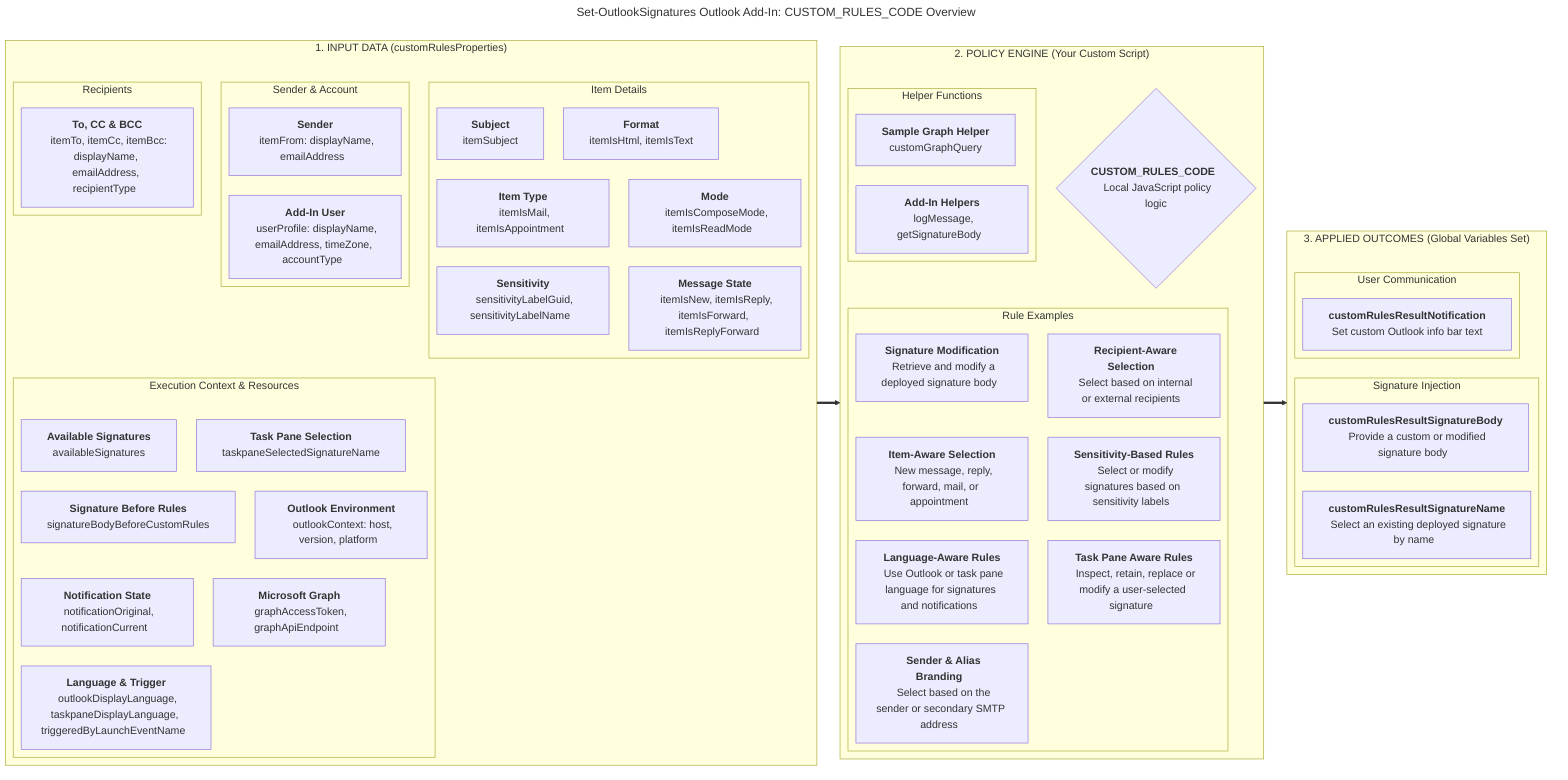
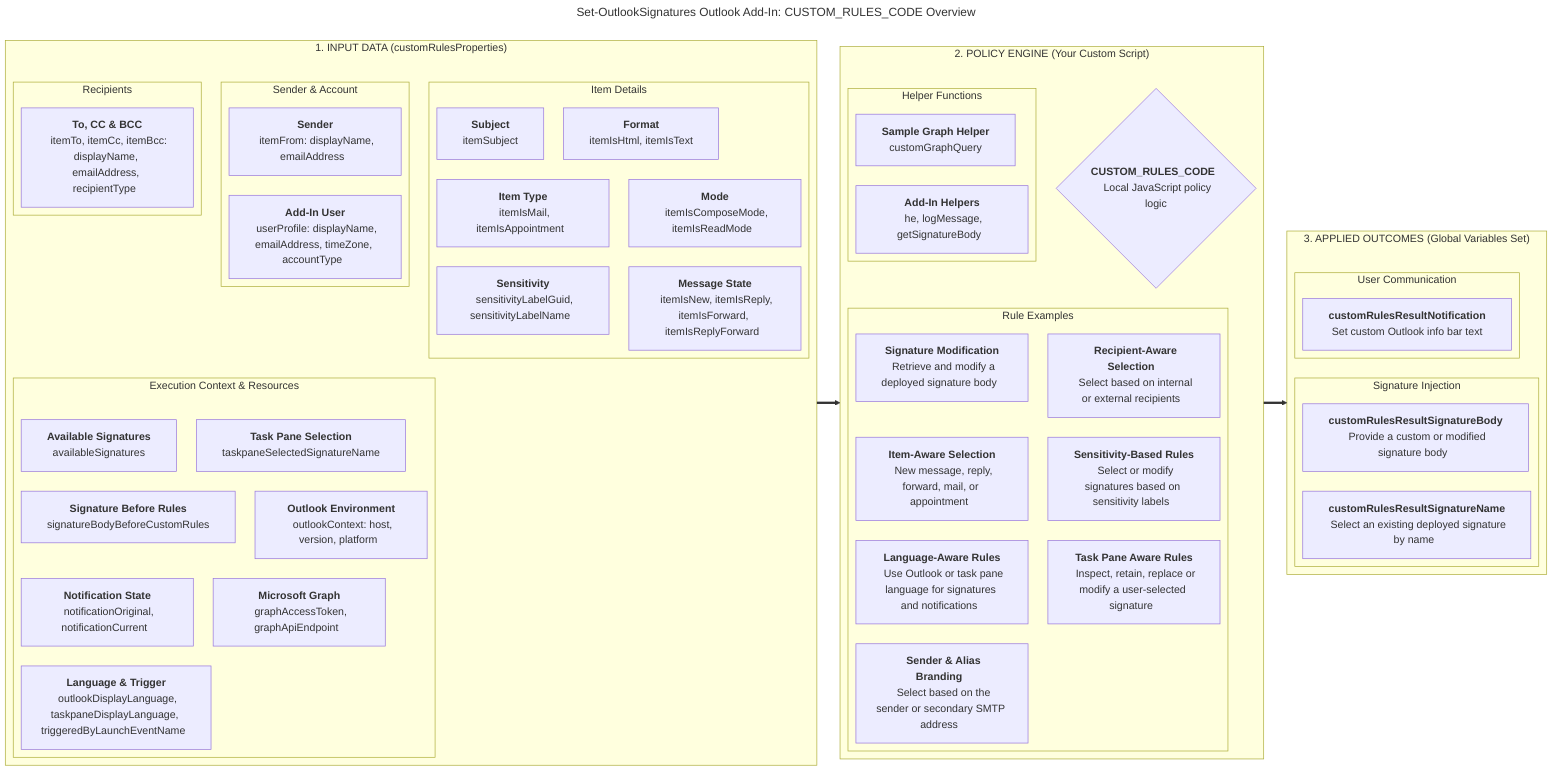
---
title: "Set-OutlookSignatures Outlook Add-In: CUSTOM_RULES_CODE Overview"
config:
  layout: elk
---

flowchart LR

%% STAGE 1: INPUT CONTEXT DATA
subgraph STAGE1["&nbsp;&nbsp;1. INPUT DATA (customRulesProperties)&nbsp;&nbsp;"]
  direction TB

  subgraph Group1["&nbsp;&nbsp;Sender & Account&nbsp;&nbsp;"]
    direction TB
    D1["&nbsp;&nbsp;<b>Sender</b>&nbsp;&nbsp;<br>&nbsp;&nbsp;itemFrom: displayName, emailAddress&nbsp;&nbsp;"]
    D2["&nbsp;&nbsp;<b>Add-In User</b>&nbsp;&nbsp;<br>&nbsp;&nbsp;userProfile: displayName, emailAddress, timeZone, accountType&nbsp;&nbsp;"]
  end

  subgraph Group2["&nbsp;&nbsp;Recipients&nbsp;&nbsp;"]
    direction TB
    R1["&nbsp;&nbsp;<b>To, CC & BCC</b>&nbsp;&nbsp;<br>&nbsp;&nbsp;itemTo, itemCc, itemBcc: displayName, emailAddress, recipientType&nbsp;&nbsp;"]
  end

  subgraph Group3["&nbsp;&nbsp;Item Details&nbsp;&nbsp;"]
    direction TB
    I1["&nbsp;&nbsp;<b>Item Type</b>&nbsp;&nbsp;<br>&nbsp;&nbsp;itemIsMail, itemIsAppointment&nbsp;&nbsp;"]
    I2["&nbsp;&nbsp;<b>Mode</b>&nbsp;&nbsp;<br>&nbsp;&nbsp;itemIsComposeMode, itemIsReadMode&nbsp;&nbsp;"]
    I3["&nbsp;&nbsp;<b>Message State</b>&nbsp;&nbsp;<br>&nbsp;&nbsp;itemIsNew, itemIsReply, itemIsForward, itemIsReplyForward&nbsp;&nbsp;"]
    I4["&nbsp;&nbsp;<b>Format</b>&nbsp;&nbsp;<br>&nbsp;&nbsp;itemIsHtml, itemIsText&nbsp;&nbsp;"]
    I5["&nbsp;&nbsp;<b>Subject</b>&nbsp;&nbsp;<br>&nbsp;&nbsp;itemSubject&nbsp;&nbsp;"]
    I6["&nbsp;&nbsp;<b>Sensitivity</b>&nbsp;&nbsp;<br>&nbsp;&nbsp;sensitivityLabelGuid, sensitivityLabelName&nbsp;&nbsp;"]
  end

  subgraph Group4["&nbsp;&nbsp;Execution Context & Resources&nbsp;&nbsp;"]
    direction TB
    C1["&nbsp;&nbsp;<b>Outlook Environment</b>&nbsp;&nbsp;<br>&nbsp;&nbsp;outlookContext: host, version, platform&nbsp;&nbsp;"]
    C2["&nbsp;&nbsp;<b>Language & Trigger</b>&nbsp;&nbsp;<br>&nbsp;&nbsp;outlookDisplayLanguage, taskpaneDisplayLanguage, triggeredByLaunchEventName&nbsp;&nbsp;"]
    C3["&nbsp;&nbsp;<b>Available Signatures</b>&nbsp;&nbsp;<br>&nbsp;&nbsp;availableSignatures&nbsp;&nbsp;"]
    C4["&nbsp;&nbsp;<b>Notification State</b>&nbsp;&nbsp;<br>&nbsp;&nbsp;notificationOriginal, notificationCurrent&nbsp;&nbsp;"]
    C5["&nbsp;&nbsp;<b>Microsoft Graph</b>&nbsp;&nbsp;<br>&nbsp;&nbsp;graphAccessToken, graphApiEndpoint&nbsp;&nbsp;"]
    C6["&nbsp;&nbsp;<b>Task Pane Selection</b>&nbsp;&nbsp;<br>&nbsp;&nbsp;taskpaneSelectedSignatureName&nbsp;&nbsp;"]
    C7["&nbsp;&nbsp;<b>Signature Before Rules</b>&nbsp;&nbsp;<br>&nbsp;&nbsp;signatureBodyBeforeCustomRules&nbsp;&nbsp;"]
  end
end

%% STAGE 2: PROCESSING ENGINE
subgraph STAGE2["&nbsp;&nbsp;2. POLICY ENGINE (Your Custom Script)&nbsp;&nbsp;"]
  direction TB

  Engine{"<b>CUSTOM_RULES_CODE</b>&nbsp;&nbsp;<br>&nbsp;&nbsp;Local JavaScript policy logic"}

  subgraph Helpers["&nbsp;&nbsp;Helper Functions&nbsp;&nbsp;"]
    direction TB
-     H1["&nbsp;&nbsp;<b>Add-In Helpers</b>&nbsp;&nbsp;<br>&nbsp;&nbsp;logMessage, getSignatureBody&nbsp;&nbsp;"]
+     H1["&nbsp;&nbsp;<b>Add-In Helpers</b>&nbsp;&nbsp;<br>&nbsp;&nbsp;he, logMessage, getSignatureBody&nbsp;&nbsp;"]
    H2["&nbsp;&nbsp;<b>Sample Graph Helper</b>&nbsp;&nbsp;<br>&nbsp;&nbsp;customGraphQuery&nbsp;&nbsp;"]
  end

  subgraph UseCases["&nbsp;&nbsp;Rule Examples&nbsp;&nbsp;"]
    direction TB
    UC1["&nbsp;&nbsp;<b>Sender & Alias Branding</b>&nbsp;&nbsp;<br>&nbsp;&nbsp;Select based on the sender or secondary SMTP address&nbsp;&nbsp;"]
    UC2["&nbsp;&nbsp;<b>Recipient-Aware Selection</b>&nbsp;&nbsp;<br>&nbsp;&nbsp;Select based on internal or external recipients&nbsp;&nbsp;"]
    UC3["&nbsp;&nbsp;<b>Item-Aware Selection</b>&nbsp;&nbsp;<br>&nbsp;&nbsp;New message, reply, forward, mail, or appointment&nbsp;&nbsp;"]
    UC4["&nbsp;&nbsp;<b>Sensitivity-Based Rules</b>&nbsp;&nbsp;<br>&nbsp;&nbsp;Select or modify signatures based on sensitivity labels&nbsp;&nbsp;"]
    UC5["&nbsp;&nbsp;<b>Language-Aware Rules</b>&nbsp;&nbsp;<br>&nbsp;&nbsp;Use Outlook or task pane language for signatures and notifications&nbsp;&nbsp;"]
    UC6["&nbsp;&nbsp;<b>Signature Modification</b>&nbsp;&nbsp;<br>&nbsp;&nbsp;Retrieve and modify a deployed signature body&nbsp;&nbsp;"]
    UC7["&nbsp;&nbsp;<b>Task Pane Aware Rules</b>&nbsp;&nbsp;<br>&nbsp;&nbsp;Inspect, retain, replace or modify a user-selected signature&nbsp;&nbsp;"]
  end
end

%% STAGE 3: OUTPUT ACTIONS
subgraph STAGE3["&nbsp;&nbsp;3. APPLIED OUTCOMES (Global Variables Set)&nbsp;&nbsp;"]
  direction TB

  subgraph OutSig["&nbsp;&nbsp;Signature Injection&nbsp;&nbsp;"]
    direction TB
    O1["&nbsp;&nbsp;<b>customRulesResultSignatureName</b>&nbsp;&nbsp;<br>&nbsp;&nbsp;Select an existing deployed signature by name&nbsp;&nbsp;"]
    O2["&nbsp;&nbsp;<b>customRulesResultSignatureBody</b>&nbsp;&nbsp;<br>&nbsp;&nbsp;Provide a custom or modified signature body&nbsp;&nbsp;"]
  end

  subgraph OutNotif["&nbsp;&nbsp;User Communication&nbsp;&nbsp;"]
    direction TB
    O3["&nbsp;&nbsp;<b>customRulesResultNotification</b>&nbsp;&nbsp;<br>&nbsp;&nbsp;Set custom Outlook info bar text&nbsp;&nbsp;"]
  end
end

%% STAGE-TO-STAGE PIPELINE LINKS ONLY
STAGE1 ==> STAGE2
STAGE2 ==> STAGE3